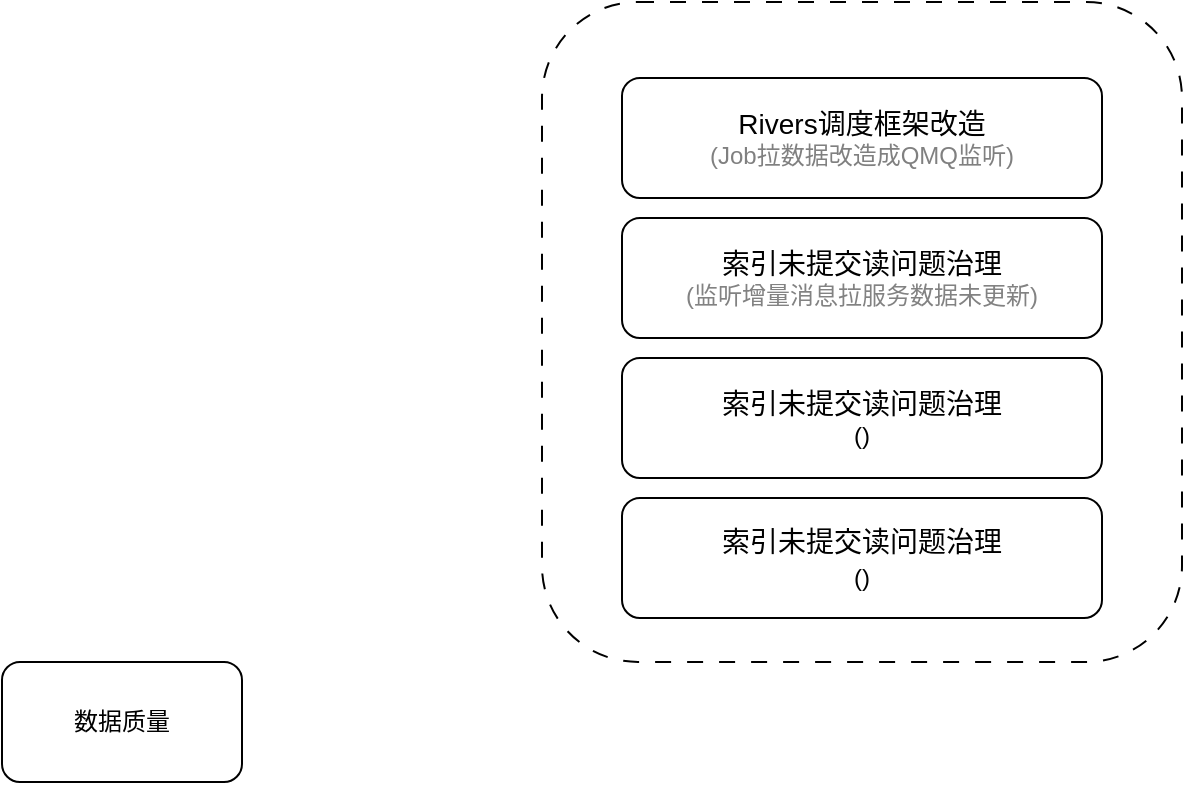
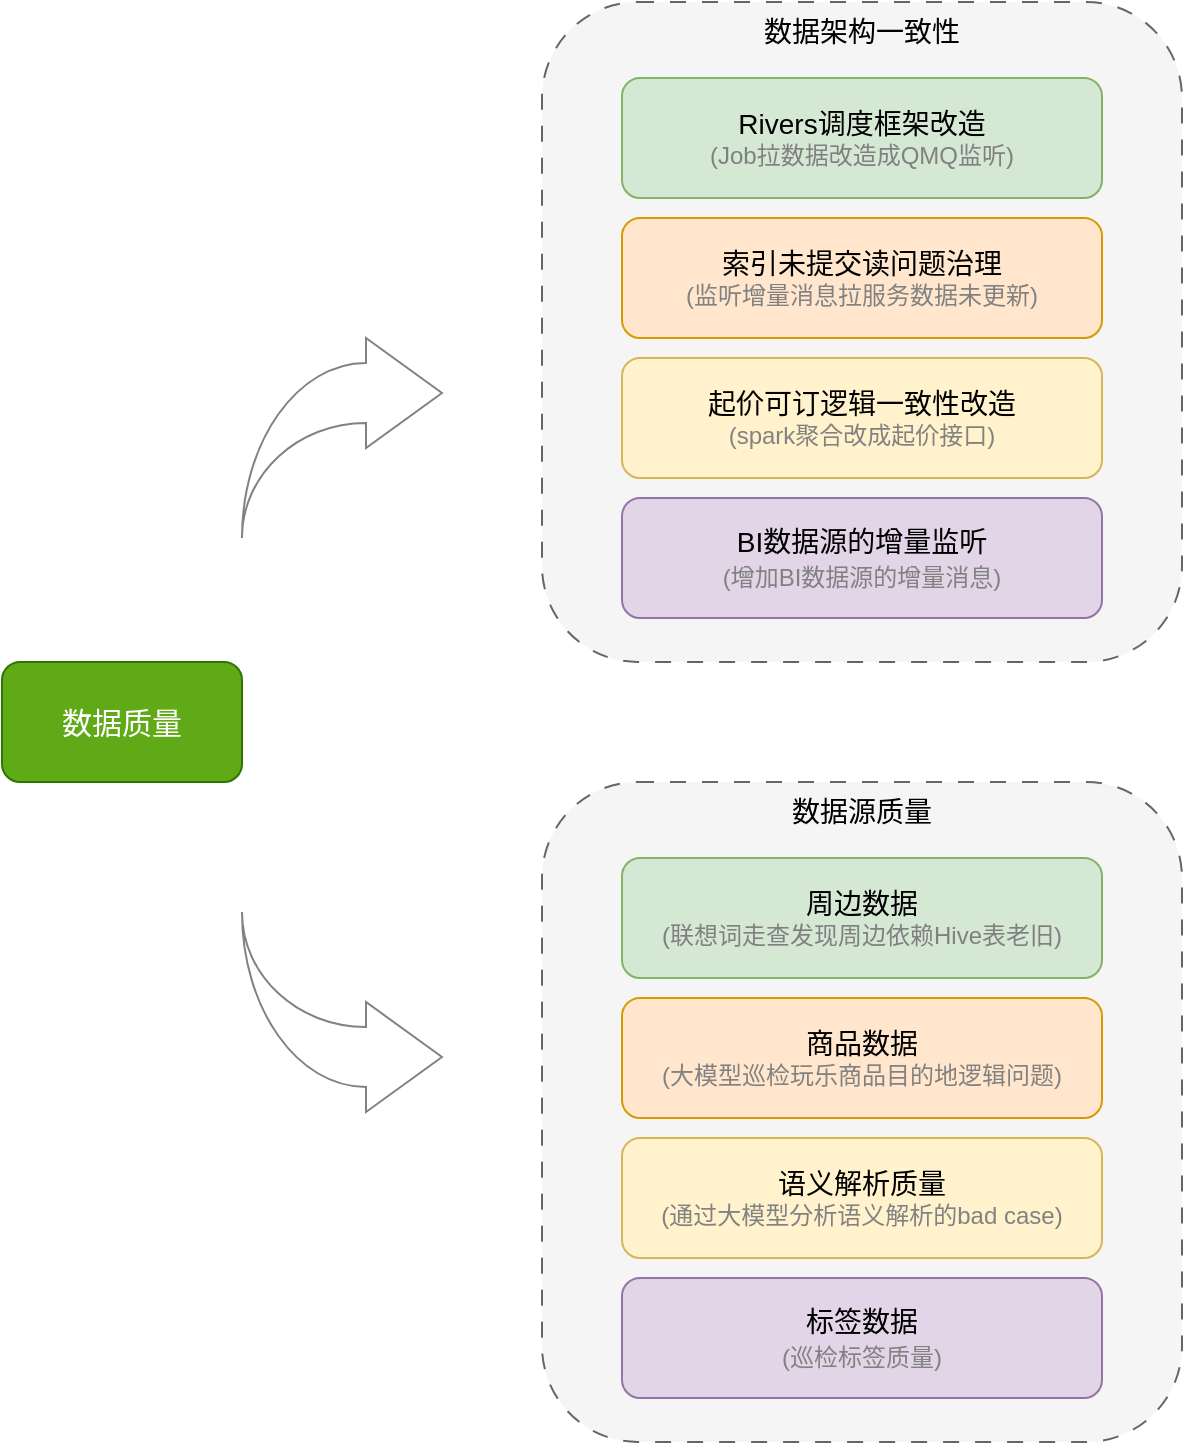
<mxfile host="app.diagrams.net">
  <diagram name="第 1 页" id="GW5pIs5veht1JAp7KkI_">
    <mxGraphModel dx="1414" dy="743" grid="1" gridSize="10" guides="1" tooltips="1" connect="1" arrows="1" fold="1" page="1" pageScale="1" pageWidth="827" pageHeight="1169" math="0" shadow="0">
      <root>
        <mxCell id="0" />
        <mxCell id="1" parent="0" />
-         <mxCell id="wTcDe9Maki3rzC6nWKls-1" parent="1" style="rounded=1;whiteSpace=wrap;html=1;" value="数据质量" vertex="1">
+         <mxCell id="wTcDe9Maki3rzC6nWKls-1" parent="1" style="rounded=1;whiteSpace=wrap;html=1;fillColor=#60a917;strokeColor=#2D7600;fontColor=#ffffff;" value="&lt;font style=&quot;font-size: 15px;&quot;&gt;数据质量&lt;/font&gt;" vertex="1">
          <mxGeometry height="60" width="120" x="50" y="360" as="geometry" />
        </mxCell>
-         <mxCell id="wTcDe9Maki3rzC6nWKls-2" parent="1" style="rounded=1;whiteSpace=wrap;html=1;dashed=1;dashPattern=8 8;" value="" vertex="1">
+         <mxCell id="wTcDe9Maki3rzC6nWKls-2" parent="1" style="rounded=1;whiteSpace=wrap;html=1;dashed=1;dashPattern=8 8;fillColor=#f5f5f5;fontColor=#333333;strokeColor=#666666;" value="" vertex="1">
          <mxGeometry height="330" width="320" x="320" y="30" as="geometry" />
        </mxCell>
-         <mxCell id="tlZWuGnZ34qc-_XEAHlx-2" parent="1" style="rounded=1;whiteSpace=wrap;html=1;" value="&lt;font style=&quot;font-size: 14px;&quot;&gt;Rivers调度框架改造&lt;/font&gt;&lt;div&gt;&lt;span style=&quot;color: light-dark(rgb(128, 128, 128), rgb(255, 255, 255));&quot;&gt;(Job拉数据&lt;span style=&quot;background-color: transparent;&quot;&gt;改造成QMQ监听)&lt;/span&gt;&lt;/span&gt;&lt;/div&gt;" vertex="1">
+         <mxCell id="tlZWuGnZ34qc-_XEAHlx-2" parent="1" style="rounded=1;whiteSpace=wrap;html=1;fillColor=#d5e8d4;strokeColor=#82b366;" value="&lt;font style=&quot;font-size: 14px;&quot;&gt;Rivers调度框架改造&lt;/font&gt;&lt;div&gt;&lt;span style=&quot;color: light-dark(rgb(128, 128, 128), rgb(255, 255, 255));&quot;&gt;(Job拉数据&lt;span style=&quot;background-color: transparent;&quot;&gt;改造成QMQ监听)&lt;/span&gt;&lt;/span&gt;&lt;/div&gt;" vertex="1">
          <mxGeometry height="60" width="240" x="360" y="68" as="geometry" />
        </mxCell>
-         <mxCell id="tlZWuGnZ34qc-_XEAHlx-3" parent="1" style="rounded=1;whiteSpace=wrap;html=1;" value="&lt;div data-page-id=&quot;RyA2dkQfAo6vjfxjHSMc7yh9nOb&quot; data-lark-html-role=&quot;root&quot; data-docx-has-block-data=&quot;false&quot;&gt;&lt;div class=&quot;old-record-id-T3LcdIdbMojNDJxLqQOcARHGnTf&quot;&gt;&lt;font style=&quot;font-size: 14px;&quot;&gt;索引未提交读问题治理&lt;/font&gt;&lt;/div&gt;&lt;div class=&quot;old-record-id-T3LcdIdbMojNDJxLqQOcARHGnTf&quot;&gt;&lt;font style=&quot;color: rgb(130, 130, 130);&quot;&gt;(监听增量消息拉服务数据未更新)&lt;/font&gt;&lt;/div&gt;&lt;/div&gt;&lt;span data-lark-record-data=&quot;{&amp;quot;rootId&amp;quot;:&amp;quot;RyA2dkQfAo6vjfxjHSMc7yh9nOb&amp;quot;,&amp;quot;text&amp;quot;:{&amp;quot;initialAttributedTexts&amp;quot;:{&amp;quot;text&amp;quot;:{&amp;quot;0&amp;quot;:&amp;quot;索引未提交读问题治理&amp;quot;},&amp;quot;attribs&amp;quot;:{&amp;quot;0&amp;quot;:&amp;quot;*0+a&amp;quot;}},&amp;quot;apool&amp;quot;:{&amp;quot;numToAttrib&amp;quot;:{&amp;quot;0&amp;quot;:[&amp;quot;author&amp;quot;,&amp;quot;7514862704348151811&amp;quot;]},&amp;quot;nextNum&amp;quot;:1}},&amp;quot;type&amp;quot;:&amp;quot;text&amp;quot;,&amp;quot;referenceRecordMap&amp;quot;:{},&amp;quot;extra&amp;quot;:{&amp;quot;channel&amp;quot;:&amp;quot;saas&amp;quot;,&amp;quot;isEqualBlockSelection&amp;quot;:false,&amp;quot;pasteRandomId&amp;quot;:&amp;quot;af7d7ebb-5849-4b27-9374-e3078228d6c2&amp;quot;,&amp;quot;mention_page_title&amp;quot;:{},&amp;quot;external_mention_url&amp;quot;:{}},&amp;quot;isKeepQuoteContainer&amp;quot;:false,&amp;quot;isFromCode&amp;quot;:false,&amp;quot;selection&amp;quot;:[{&amp;quot;id&amp;quot;:904,&amp;quot;type&amp;quot;:&amp;quot;text&amp;quot;,&amp;quot;selection&amp;quot;:{&amp;quot;start&amp;quot;:0,&amp;quot;end&amp;quot;:10},&amp;quot;recordId&amp;quot;:&amp;quot;T3LcdIdbMojNDJxLqQOcARHGnTf&amp;quot;}],&amp;quot;payloadMap&amp;quot;:{},&amp;quot;isCut&amp;quot;:false}&quot; data-lark-record-format=&quot;docx/text&quot; class=&quot;lark-record-clipboard&quot;&gt;&lt;/span&gt;" vertex="1">
+         <mxCell id="tlZWuGnZ34qc-_XEAHlx-3" parent="1" style="rounded=1;whiteSpace=wrap;html=1;fillColor=#ffe6cc;strokeColor=#d79b00;" value="&lt;div data-page-id=&quot;RyA2dkQfAo6vjfxjHSMc7yh9nOb&quot; data-lark-html-role=&quot;root&quot; data-docx-has-block-data=&quot;false&quot;&gt;&lt;div class=&quot;old-record-id-T3LcdIdbMojNDJxLqQOcARHGnTf&quot;&gt;&lt;font style=&quot;font-size: 14px;&quot;&gt;索引未提交读问题治理&lt;/font&gt;&lt;/div&gt;&lt;div class=&quot;old-record-id-T3LcdIdbMojNDJxLqQOcARHGnTf&quot;&gt;&lt;font style=&quot;color: rgb(130, 130, 130);&quot;&gt;(监听增量消息拉服务数据未更新)&lt;/font&gt;&lt;/div&gt;&lt;/div&gt;&lt;span data-lark-record-data=&quot;{&amp;quot;rootId&amp;quot;:&amp;quot;RyA2dkQfAo6vjfxjHSMc7yh9nOb&amp;quot;,&amp;quot;text&amp;quot;:{&amp;quot;initialAttributedTexts&amp;quot;:{&amp;quot;text&amp;quot;:{&amp;quot;0&amp;quot;:&amp;quot;索引未提交读问题治理&amp;quot;},&amp;quot;attribs&amp;quot;:{&amp;quot;0&amp;quot;:&amp;quot;*0+a&amp;quot;}},&amp;quot;apool&amp;quot;:{&amp;quot;numToAttrib&amp;quot;:{&amp;quot;0&amp;quot;:[&amp;quot;author&amp;quot;,&amp;quot;7514862704348151811&amp;quot;]},&amp;quot;nextNum&amp;quot;:1}},&amp;quot;type&amp;quot;:&amp;quot;text&amp;quot;,&amp;quot;referenceRecordMap&amp;quot;:{},&amp;quot;extra&amp;quot;:{&amp;quot;channel&amp;quot;:&amp;quot;saas&amp;quot;,&amp;quot;isEqualBlockSelection&amp;quot;:false,&amp;quot;pasteRandomId&amp;quot;:&amp;quot;af7d7ebb-5849-4b27-9374-e3078228d6c2&amp;quot;,&amp;quot;mention_page_title&amp;quot;:{},&amp;quot;external_mention_url&amp;quot;:{}},&amp;quot;isKeepQuoteContainer&amp;quot;:false,&amp;quot;isFromCode&amp;quot;:false,&amp;quot;selection&amp;quot;:[{&amp;quot;id&amp;quot;:904,&amp;quot;type&amp;quot;:&amp;quot;text&amp;quot;,&amp;quot;selection&amp;quot;:{&amp;quot;start&amp;quot;:0,&amp;quot;end&amp;quot;:10},&amp;quot;recordId&amp;quot;:&amp;quot;T3LcdIdbMojNDJxLqQOcARHGnTf&amp;quot;}],&amp;quot;payloadMap&amp;quot;:{},&amp;quot;isCut&amp;quot;:false}&quot; data-lark-record-format=&quot;docx/text&quot; class=&quot;lark-record-clipboard&quot;&gt;&lt;/span&gt;" vertex="1">
          <mxGeometry height="60" width="240" x="360" y="138" as="geometry" />
        </mxCell>
-         <mxCell id="tlZWuGnZ34qc-_XEAHlx-4" parent="1" style="rounded=1;whiteSpace=wrap;html=1;" value="&lt;div data-page-id=&quot;RyA2dkQfAo6vjfxjHSMc7yh9nOb&quot; data-lark-html-role=&quot;root&quot; data-docx-has-block-data=&quot;false&quot;&gt;&lt;div class=&quot;old-record-id-T3LcdIdbMojNDJxLqQOcARHGnTf&quot;&gt;&lt;font style=&quot;font-size: 14px;&quot;&gt;索引未提交读问题治理&lt;/font&gt;&lt;/div&gt;&lt;div class=&quot;old-record-id-T3LcdIdbMojNDJxLqQOcARHGnTf&quot;&gt;&lt;font&gt;()&lt;/font&gt;&lt;/div&gt;&lt;/div&gt;&lt;span data-lark-record-data=&quot;{&amp;quot;rootId&amp;quot;:&amp;quot;RyA2dkQfAo6vjfxjHSMc7yh9nOb&amp;quot;,&amp;quot;text&amp;quot;:{&amp;quot;initialAttributedTexts&amp;quot;:{&amp;quot;text&amp;quot;:{&amp;quot;0&amp;quot;:&amp;quot;索引未提交读问题治理&amp;quot;},&amp;quot;attribs&amp;quot;:{&amp;quot;0&amp;quot;:&amp;quot;*0+a&amp;quot;}},&amp;quot;apool&amp;quot;:{&amp;quot;numToAttrib&amp;quot;:{&amp;quot;0&amp;quot;:[&amp;quot;author&amp;quot;,&amp;quot;7514862704348151811&amp;quot;]},&amp;quot;nextNum&amp;quot;:1}},&amp;quot;type&amp;quot;:&amp;quot;text&amp;quot;,&amp;quot;referenceRecordMap&amp;quot;:{},&amp;quot;extra&amp;quot;:{&amp;quot;channel&amp;quot;:&amp;quot;saas&amp;quot;,&amp;quot;isEqualBlockSelection&amp;quot;:false,&amp;quot;pasteRandomId&amp;quot;:&amp;quot;af7d7ebb-5849-4b27-9374-e3078228d6c2&amp;quot;,&amp;quot;mention_page_title&amp;quot;:{},&amp;quot;external_mention_url&amp;quot;:{}},&amp;quot;isKeepQuoteContainer&amp;quot;:false,&amp;quot;isFromCode&amp;quot;:false,&amp;quot;selection&amp;quot;:[{&amp;quot;id&amp;quot;:904,&amp;quot;type&amp;quot;:&amp;quot;text&amp;quot;,&amp;quot;selection&amp;quot;:{&amp;quot;start&amp;quot;:0,&amp;quot;end&amp;quot;:10},&amp;quot;recordId&amp;quot;:&amp;quot;T3LcdIdbMojNDJxLqQOcARHGnTf&amp;quot;}],&amp;quot;payloadMap&amp;quot;:{},&amp;quot;isCut&amp;quot;:false}&quot; data-lark-record-format=&quot;docx/text&quot; class=&quot;lark-record-clipboard&quot;&gt;&lt;/span&gt;" vertex="1">
+         <mxCell id="tlZWuGnZ34qc-_XEAHlx-4" parent="1" style="rounded=1;whiteSpace=wrap;html=1;fillColor=#fff2cc;strokeColor=#d6b656;" value="&lt;div data-page-id=&quot;RyA2dkQfAo6vjfxjHSMc7yh9nOb&quot; data-lark-html-role=&quot;root&quot; data-docx-has-block-data=&quot;false&quot;&gt;&lt;div class=&quot;old-record-id-T3LcdIdbMojNDJxLqQOcARHGnTf&quot;&gt;&lt;span style=&quot;background-color: transparent; color: light-dark(rgb(0, 0, 0), rgb(255, 255, 255));&quot;&gt;&lt;span style=&quot;font-size: 14px;&quot;&gt;起价可订逻辑一致性改造&lt;/span&gt;&lt;/span&gt;&lt;/div&gt;&lt;div class=&quot;old-record-id-T3LcdIdbMojNDJxLqQOcARHGnTf&quot;&gt;&lt;span style=&quot;background-color: transparent; color: light-dark(rgb(130, 130, 130), rgb(255, 255, 255));&quot;&gt;(spark聚合改成起价接口)&lt;/span&gt;&lt;/div&gt;&lt;/div&gt;&lt;span data-lark-record-data=&quot;{&amp;quot;rootId&amp;quot;:&amp;quot;RyA2dkQfAo6vjfxjHSMc7yh9nOb&amp;quot;,&amp;quot;text&amp;quot;:{&amp;quot;initialAttributedTexts&amp;quot;:{&amp;quot;text&amp;quot;:{&amp;quot;0&amp;quot;:&amp;quot;索引未提交读问题治理&amp;quot;},&amp;quot;attribs&amp;quot;:{&amp;quot;0&amp;quot;:&amp;quot;*0+a&amp;quot;}},&amp;quot;apool&amp;quot;:{&amp;quot;numToAttrib&amp;quot;:{&amp;quot;0&amp;quot;:[&amp;quot;author&amp;quot;,&amp;quot;7514862704348151811&amp;quot;]},&amp;quot;nextNum&amp;quot;:1}},&amp;quot;type&amp;quot;:&amp;quot;text&amp;quot;,&amp;quot;referenceRecordMap&amp;quot;:{},&amp;quot;extra&amp;quot;:{&amp;quot;channel&amp;quot;:&amp;quot;saas&amp;quot;,&amp;quot;isEqualBlockSelection&amp;quot;:false,&amp;quot;pasteRandomId&amp;quot;:&amp;quot;af7d7ebb-5849-4b27-9374-e3078228d6c2&amp;quot;,&amp;quot;mention_page_title&amp;quot;:{},&amp;quot;external_mention_url&amp;quot;:{}},&amp;quot;isKeepQuoteContainer&amp;quot;:false,&amp;quot;isFromCode&amp;quot;:false,&amp;quot;selection&amp;quot;:[{&amp;quot;id&amp;quot;:904,&amp;quot;type&amp;quot;:&amp;quot;text&amp;quot;,&amp;quot;selection&amp;quot;:{&amp;quot;start&amp;quot;:0,&amp;quot;end&amp;quot;:10},&amp;quot;recordId&amp;quot;:&amp;quot;T3LcdIdbMojNDJxLqQOcARHGnTf&amp;quot;}],&amp;quot;payloadMap&amp;quot;:{},&amp;quot;isCut&amp;quot;:false}&quot; data-lark-record-format=&quot;docx/text&quot; class=&quot;lark-record-clipboard&quot;&gt;&lt;/span&gt;" vertex="1">
          <mxGeometry height="60" width="240" x="360" y="208" as="geometry" />
        </mxCell>
-         <mxCell id="tlZWuGnZ34qc-_XEAHlx-5" parent="1" style="rounded=1;whiteSpace=wrap;html=1;" value="&lt;div data-page-id=&quot;RyA2dkQfAo6vjfxjHSMc7yh9nOb&quot; data-lark-html-role=&quot;root&quot; data-docx-has-block-data=&quot;false&quot;&gt;&lt;div class=&quot;old-record-id-T3LcdIdbMojNDJxLqQOcARHGnTf&quot;&gt;&lt;font style=&quot;font-size: 14px;&quot;&gt;索引未提交读问题治理&lt;/font&gt;&lt;/div&gt;&lt;div class=&quot;old-record-id-T3LcdIdbMojNDJxLqQOcARHGnTf&quot;&gt;&lt;font style=&quot;font-size: 14px;&quot;&gt;&lt;span style=&quot;font-size: 12px;&quot;&gt;()&lt;/span&gt;&lt;/font&gt;&lt;/div&gt;&lt;/div&gt;&lt;span data-lark-record-data=&quot;{&amp;quot;rootId&amp;quot;:&amp;quot;RyA2dkQfAo6vjfxjHSMc7yh9nOb&amp;quot;,&amp;quot;text&amp;quot;:{&amp;quot;initialAttributedTexts&amp;quot;:{&amp;quot;text&amp;quot;:{&amp;quot;0&amp;quot;:&amp;quot;索引未提交读问题治理&amp;quot;},&amp;quot;attribs&amp;quot;:{&amp;quot;0&amp;quot;:&amp;quot;*0+a&amp;quot;}},&amp;quot;apool&amp;quot;:{&amp;quot;numToAttrib&amp;quot;:{&amp;quot;0&amp;quot;:[&amp;quot;author&amp;quot;,&amp;quot;7514862704348151811&amp;quot;]},&amp;quot;nextNum&amp;quot;:1}},&amp;quot;type&amp;quot;:&amp;quot;text&amp;quot;,&amp;quot;referenceRecordMap&amp;quot;:{},&amp;quot;extra&amp;quot;:{&amp;quot;channel&amp;quot;:&amp;quot;saas&amp;quot;,&amp;quot;isEqualBlockSelection&amp;quot;:false,&amp;quot;pasteRandomId&amp;quot;:&amp;quot;af7d7ebb-5849-4b27-9374-e3078228d6c2&amp;quot;,&amp;quot;mention_page_title&amp;quot;:{},&amp;quot;external_mention_url&amp;quot;:{}},&amp;quot;isKeepQuoteContainer&amp;quot;:false,&amp;quot;isFromCode&amp;quot;:false,&amp;quot;selection&amp;quot;:[{&amp;quot;id&amp;quot;:904,&amp;quot;type&amp;quot;:&amp;quot;text&amp;quot;,&amp;quot;selection&amp;quot;:{&amp;quot;start&amp;quot;:0,&amp;quot;end&amp;quot;:10},&amp;quot;recordId&amp;quot;:&amp;quot;T3LcdIdbMojNDJxLqQOcARHGnTf&amp;quot;}],&amp;quot;payloadMap&amp;quot;:{},&amp;quot;isCut&amp;quot;:false}&quot; data-lark-record-format=&quot;docx/text&quot; class=&quot;lark-record-clipboard&quot;&gt;&lt;/span&gt;" vertex="1">
+         <mxCell id="tlZWuGnZ34qc-_XEAHlx-5" parent="1" style="rounded=1;whiteSpace=wrap;html=1;fillColor=#e1d5e7;strokeColor=#9673a6;" value="&lt;div data-page-id=&quot;RyA2dkQfAo6vjfxjHSMc7yh9nOb&quot; data-lark-html-role=&quot;root&quot; data-docx-has-block-data=&quot;false&quot;&gt;&lt;div class=&quot;old-record-id-T3LcdIdbMojNDJxLqQOcARHGnTf&quot;&gt;&lt;font style=&quot;font-size: 14px;&quot;&gt;BI数据源的增量监听&lt;/font&gt;&lt;/div&gt;&lt;div class=&quot;old-record-id-T3LcdIdbMojNDJxLqQOcARHGnTf&quot;&gt;&lt;font style=&quot;font-size: 14px;&quot;&gt;&lt;span style=&quot;font-size: 12px; color: rgb(130, 130, 130);&quot;&gt;(增加BI数据源的增量消息)&lt;/span&gt;&lt;/font&gt;&lt;/div&gt;&lt;/div&gt;&lt;span data-lark-record-data=&quot;{&amp;quot;rootId&amp;quot;:&amp;quot;RyA2dkQfAo6vjfxjHSMc7yh9nOb&amp;quot;,&amp;quot;text&amp;quot;:{&amp;quot;initialAttributedTexts&amp;quot;:{&amp;quot;text&amp;quot;:{&amp;quot;0&amp;quot;:&amp;quot;索引未提交读问题治理&amp;quot;},&amp;quot;attribs&amp;quot;:{&amp;quot;0&amp;quot;:&amp;quot;*0+a&amp;quot;}},&amp;quot;apool&amp;quot;:{&amp;quot;numToAttrib&amp;quot;:{&amp;quot;0&amp;quot;:[&amp;quot;author&amp;quot;,&amp;quot;7514862704348151811&amp;quot;]},&amp;quot;nextNum&amp;quot;:1}},&amp;quot;type&amp;quot;:&amp;quot;text&amp;quot;,&amp;quot;referenceRecordMap&amp;quot;:{},&amp;quot;extra&amp;quot;:{&amp;quot;channel&amp;quot;:&amp;quot;saas&amp;quot;,&amp;quot;isEqualBlockSelection&amp;quot;:false,&amp;quot;pasteRandomId&amp;quot;:&amp;quot;af7d7ebb-5849-4b27-9374-e3078228d6c2&amp;quot;,&amp;quot;mention_page_title&amp;quot;:{},&amp;quot;external_mention_url&amp;quot;:{}},&amp;quot;isKeepQuoteContainer&amp;quot;:false,&amp;quot;isFromCode&amp;quot;:false,&amp;quot;selection&amp;quot;:[{&amp;quot;id&amp;quot;:904,&amp;quot;type&amp;quot;:&amp;quot;text&amp;quot;,&amp;quot;selection&amp;quot;:{&amp;quot;start&amp;quot;:0,&amp;quot;end&amp;quot;:10},&amp;quot;recordId&amp;quot;:&amp;quot;T3LcdIdbMojNDJxLqQOcARHGnTf&amp;quot;}],&amp;quot;payloadMap&amp;quot;:{},&amp;quot;isCut&amp;quot;:false}&quot; data-lark-record-format=&quot;docx/text&quot; class=&quot;lark-record-clipboard&quot;&gt;&lt;/span&gt;" vertex="1">
          <mxGeometry height="60" width="240" x="360" y="278" as="geometry" />
+         </mxCell>
+         <mxCell id="tlZWuGnZ34qc-_XEAHlx-6" parent="1" style="text;html=1;whiteSpace=wrap;strokeColor=none;fillColor=none;align=center;verticalAlign=middle;rounded=0;fontSize=14;" value="数据架构一致性" vertex="1">
+           <mxGeometry height="30" width="100" x="430" y="30" as="geometry" />
+         </mxCell>
+         <mxCell id="tlZWuGnZ34qc-_XEAHlx-7" parent="1" style="rounded=1;whiteSpace=wrap;html=1;dashed=1;dashPattern=8 8;fillColor=#f5f5f5;fontColor=#333333;strokeColor=#666666;" value="" vertex="1">
+           <mxGeometry height="330" width="320" x="320" y="420" as="geometry" />
+         </mxCell>
+         <mxCell id="tlZWuGnZ34qc-_XEAHlx-8" parent="1" style="rounded=1;whiteSpace=wrap;html=1;fillColor=#d5e8d4;strokeColor=#82b366;" value="&lt;font style=&quot;font-size: 14px;&quot;&gt;周边数据&lt;/font&gt;&lt;div&gt;&lt;span style=&quot;color: light-dark(rgb(128, 128, 128), rgb(255, 255, 255));&quot;&gt;(联想词走查发现周边依赖Hive表老旧&lt;span style=&quot;background-color: transparent;&quot;&gt;)&lt;/span&gt;&lt;/span&gt;&lt;/div&gt;" vertex="1">
+           <mxGeometry height="60" width="240" x="360" y="458" as="geometry" />
+         </mxCell>
+         <mxCell id="tlZWuGnZ34qc-_XEAHlx-9" parent="1" style="rounded=1;whiteSpace=wrap;html=1;fillColor=#ffe6cc;strokeColor=#d79b00;" value="&lt;div data-page-id=&quot;RyA2dkQfAo6vjfxjHSMc7yh9nOb&quot; data-lark-html-role=&quot;root&quot; data-docx-has-block-data=&quot;false&quot;&gt;&lt;div class=&quot;old-record-id-T3LcdIdbMojNDJxLqQOcARHGnTf&quot;&gt;&lt;font style=&quot;font-size: 14px;&quot;&gt;商品数据&lt;/font&gt;&lt;/div&gt;&lt;div class=&quot;old-record-id-T3LcdIdbMojNDJxLqQOcARHGnTf&quot;&gt;&lt;font style=&quot;color: rgb(130, 130, 130);&quot;&gt;(大模型巡检玩乐商品目的地逻辑问题)&lt;/font&gt;&lt;/div&gt;&lt;/div&gt;&lt;span data-lark-record-data=&quot;{&amp;quot;rootId&amp;quot;:&amp;quot;RyA2dkQfAo6vjfxjHSMc7yh9nOb&amp;quot;,&amp;quot;text&amp;quot;:{&amp;quot;initialAttributedTexts&amp;quot;:{&amp;quot;text&amp;quot;:{&amp;quot;0&amp;quot;:&amp;quot;索引未提交读问题治理&amp;quot;},&amp;quot;attribs&amp;quot;:{&amp;quot;0&amp;quot;:&amp;quot;*0+a&amp;quot;}},&amp;quot;apool&amp;quot;:{&amp;quot;numToAttrib&amp;quot;:{&amp;quot;0&amp;quot;:[&amp;quot;author&amp;quot;,&amp;quot;7514862704348151811&amp;quot;]},&amp;quot;nextNum&amp;quot;:1}},&amp;quot;type&amp;quot;:&amp;quot;text&amp;quot;,&amp;quot;referenceRecordMap&amp;quot;:{},&amp;quot;extra&amp;quot;:{&amp;quot;channel&amp;quot;:&amp;quot;saas&amp;quot;,&amp;quot;isEqualBlockSelection&amp;quot;:false,&amp;quot;pasteRandomId&amp;quot;:&amp;quot;af7d7ebb-5849-4b27-9374-e3078228d6c2&amp;quot;,&amp;quot;mention_page_title&amp;quot;:{},&amp;quot;external_mention_url&amp;quot;:{}},&amp;quot;isKeepQuoteContainer&amp;quot;:false,&amp;quot;isFromCode&amp;quot;:false,&amp;quot;selection&amp;quot;:[{&amp;quot;id&amp;quot;:904,&amp;quot;type&amp;quot;:&amp;quot;text&amp;quot;,&amp;quot;selection&amp;quot;:{&amp;quot;start&amp;quot;:0,&amp;quot;end&amp;quot;:10},&amp;quot;recordId&amp;quot;:&amp;quot;T3LcdIdbMojNDJxLqQOcARHGnTf&amp;quot;}],&amp;quot;payloadMap&amp;quot;:{},&amp;quot;isCut&amp;quot;:false}&quot; data-lark-record-format=&quot;docx/text&quot; class=&quot;lark-record-clipboard&quot;&gt;&lt;/span&gt;" vertex="1">
+           <mxGeometry height="60" width="240" x="360" y="528" as="geometry" />
+         </mxCell>
+         <mxCell id="tlZWuGnZ34qc-_XEAHlx-10" parent="1" style="rounded=1;whiteSpace=wrap;html=1;fillColor=#fff2cc;strokeColor=#d6b656;" value="&lt;div data-page-id=&quot;RyA2dkQfAo6vjfxjHSMc7yh9nOb&quot; data-lark-html-role=&quot;root&quot; data-docx-has-block-data=&quot;false&quot;&gt;&lt;div class=&quot;old-record-id-T3LcdIdbMojNDJxLqQOcARHGnTf&quot;&gt;&lt;span style=&quot;font-size: 14px;&quot;&gt;语义解析质量&lt;/span&gt;&lt;/div&gt;&lt;div class=&quot;old-record-id-T3LcdIdbMojNDJxLqQOcARHGnTf&quot;&gt;&lt;span style=&quot;background-color: transparent; color: light-dark(rgb(130, 130, 130), rgb(255, 255, 255));&quot;&gt;(通过大模型分析语义解析的bad case)&lt;/span&gt;&lt;/div&gt;&lt;/div&gt;&lt;span data-lark-record-data=&quot;{&amp;quot;rootId&amp;quot;:&amp;quot;RyA2dkQfAo6vjfxjHSMc7yh9nOb&amp;quot;,&amp;quot;text&amp;quot;:{&amp;quot;initialAttributedTexts&amp;quot;:{&amp;quot;text&amp;quot;:{&amp;quot;0&amp;quot;:&amp;quot;索引未提交读问题治理&amp;quot;},&amp;quot;attribs&amp;quot;:{&amp;quot;0&amp;quot;:&amp;quot;*0+a&amp;quot;}},&amp;quot;apool&amp;quot;:{&amp;quot;numToAttrib&amp;quot;:{&amp;quot;0&amp;quot;:[&amp;quot;author&amp;quot;,&amp;quot;7514862704348151811&amp;quot;]},&amp;quot;nextNum&amp;quot;:1}},&amp;quot;type&amp;quot;:&amp;quot;text&amp;quot;,&amp;quot;referenceRecordMap&amp;quot;:{},&amp;quot;extra&amp;quot;:{&amp;quot;channel&amp;quot;:&amp;quot;saas&amp;quot;,&amp;quot;isEqualBlockSelection&amp;quot;:false,&amp;quot;pasteRandomId&amp;quot;:&amp;quot;af7d7ebb-5849-4b27-9374-e3078228d6c2&amp;quot;,&amp;quot;mention_page_title&amp;quot;:{},&amp;quot;external_mention_url&amp;quot;:{}},&amp;quot;isKeepQuoteContainer&amp;quot;:false,&amp;quot;isFromCode&amp;quot;:false,&amp;quot;selection&amp;quot;:[{&amp;quot;id&amp;quot;:904,&amp;quot;type&amp;quot;:&amp;quot;text&amp;quot;,&amp;quot;selection&amp;quot;:{&amp;quot;start&amp;quot;:0,&amp;quot;end&amp;quot;:10},&amp;quot;recordId&amp;quot;:&amp;quot;T3LcdIdbMojNDJxLqQOcARHGnTf&amp;quot;}],&amp;quot;payloadMap&amp;quot;:{},&amp;quot;isCut&amp;quot;:false}&quot; data-lark-record-format=&quot;docx/text&quot; class=&quot;lark-record-clipboard&quot;&gt;&lt;/span&gt;" vertex="1">
+           <mxGeometry height="60" width="240" x="360" y="598" as="geometry" />
+         </mxCell>
+         <mxCell id="tlZWuGnZ34qc-_XEAHlx-11" parent="1" style="rounded=1;whiteSpace=wrap;html=1;fillColor=#e1d5e7;strokeColor=#9673a6;" value="&lt;div data-page-id=&quot;RyA2dkQfAo6vjfxjHSMc7yh9nOb&quot; data-lark-html-role=&quot;root&quot; data-docx-has-block-data=&quot;false&quot;&gt;&lt;div class=&quot;old-record-id-T3LcdIdbMojNDJxLqQOcARHGnTf&quot;&gt;&lt;font style=&quot;font-size: 14px;&quot;&gt;标签数据&lt;/font&gt;&lt;/div&gt;&lt;div class=&quot;old-record-id-T3LcdIdbMojNDJxLqQOcARHGnTf&quot;&gt;&lt;font style=&quot;font-size: 14px;&quot;&gt;&lt;span style=&quot;font-size: 12px; color: rgb(130, 130, 130);&quot;&gt;(巡检标签质量)&lt;/span&gt;&lt;/font&gt;&lt;/div&gt;&lt;/div&gt;&lt;span data-lark-record-data=&quot;{&amp;quot;rootId&amp;quot;:&amp;quot;RyA2dkQfAo6vjfxjHSMc7yh9nOb&amp;quot;,&amp;quot;text&amp;quot;:{&amp;quot;initialAttributedTexts&amp;quot;:{&amp;quot;text&amp;quot;:{&amp;quot;0&amp;quot;:&amp;quot;索引未提交读问题治理&amp;quot;},&amp;quot;attribs&amp;quot;:{&amp;quot;0&amp;quot;:&amp;quot;*0+a&amp;quot;}},&amp;quot;apool&amp;quot;:{&amp;quot;numToAttrib&amp;quot;:{&amp;quot;0&amp;quot;:[&amp;quot;author&amp;quot;,&amp;quot;7514862704348151811&amp;quot;]},&amp;quot;nextNum&amp;quot;:1}},&amp;quot;type&amp;quot;:&amp;quot;text&amp;quot;,&amp;quot;referenceRecordMap&amp;quot;:{},&amp;quot;extra&amp;quot;:{&amp;quot;channel&amp;quot;:&amp;quot;saas&amp;quot;,&amp;quot;isEqualBlockSelection&amp;quot;:false,&amp;quot;pasteRandomId&amp;quot;:&amp;quot;af7d7ebb-5849-4b27-9374-e3078228d6c2&amp;quot;,&amp;quot;mention_page_title&amp;quot;:{},&amp;quot;external_mention_url&amp;quot;:{}},&amp;quot;isKeepQuoteContainer&amp;quot;:false,&amp;quot;isFromCode&amp;quot;:false,&amp;quot;selection&amp;quot;:[{&amp;quot;id&amp;quot;:904,&amp;quot;type&amp;quot;:&amp;quot;text&amp;quot;,&amp;quot;selection&amp;quot;:{&amp;quot;start&amp;quot;:0,&amp;quot;end&amp;quot;:10},&amp;quot;recordId&amp;quot;:&amp;quot;T3LcdIdbMojNDJxLqQOcARHGnTf&amp;quot;}],&amp;quot;payloadMap&amp;quot;:{},&amp;quot;isCut&amp;quot;:false}&quot; data-lark-record-format=&quot;docx/text&quot; class=&quot;lark-record-clipboard&quot;&gt;&lt;/span&gt;" vertex="1">
+           <mxGeometry height="60" width="240" x="360" y="668" as="geometry" />
+         </mxCell>
+         <mxCell id="tlZWuGnZ34qc-_XEAHlx-12" parent="1" style="text;html=1;whiteSpace=wrap;strokeColor=none;fillColor=none;align=center;verticalAlign=middle;rounded=0;fontSize=14;" value="数据源质量" vertex="1">
+           <mxGeometry height="30" width="100" x="430" y="420" as="geometry" />
+         </mxCell>
+         <mxCell id="tlZWuGnZ34qc-_XEAHlx-14" parent="1" style="html=1;shadow=0;dashed=0;align=center;verticalAlign=middle;shape=mxgraph.arrows2.jumpInArrow;dy=15;dx=38;arrowHead=55;strokeColor=#828282;" value="" vertex="1">
+           <mxGeometry height="100" width="100" x="170" y="198" as="geometry" />
+         </mxCell>
+         <mxCell id="tlZWuGnZ34qc-_XEAHlx-17" parent="1" style="html=1;shadow=0;dashed=0;align=center;verticalAlign=middle;shape=mxgraph.arrows2.jumpInArrow;dy=15;dx=38;arrowHead=55;direction=east;flipV=1;legacyAnchorPoints=0;strokeColor=#828282;" value="" vertex="1">
+           <mxGeometry height="100" width="100" x="170" y="485" as="geometry" />
        </mxCell>
      </root>
    </mxGraphModel>
  </diagram>
</mxfile>
